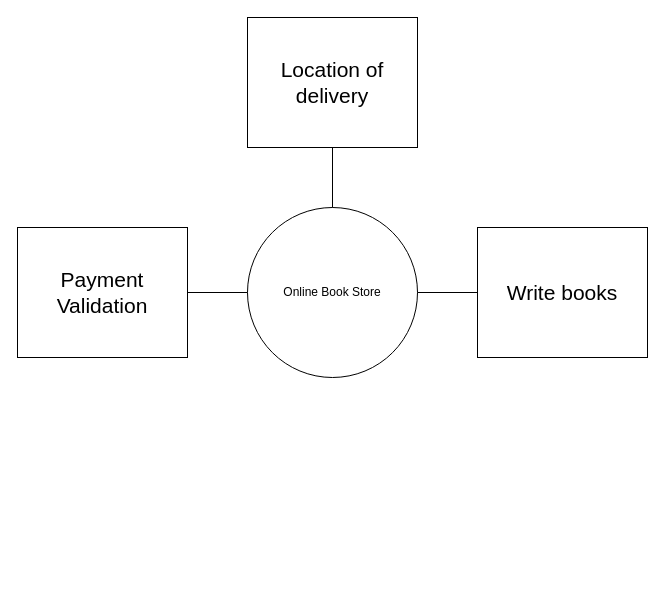
YousefFatafta/Online-Book-Store keeps this draw.io diagram as Context.drawio. Above is the earlier version. Source tidied: cells renumbered, new cells numbered last; positions are measured from the earlier drawing's top-left corner, leaving out a move shared by most shapes. Both pictures are drawn from the tidied source at 100%, with x=0, y=0 at pixel (17, 17).
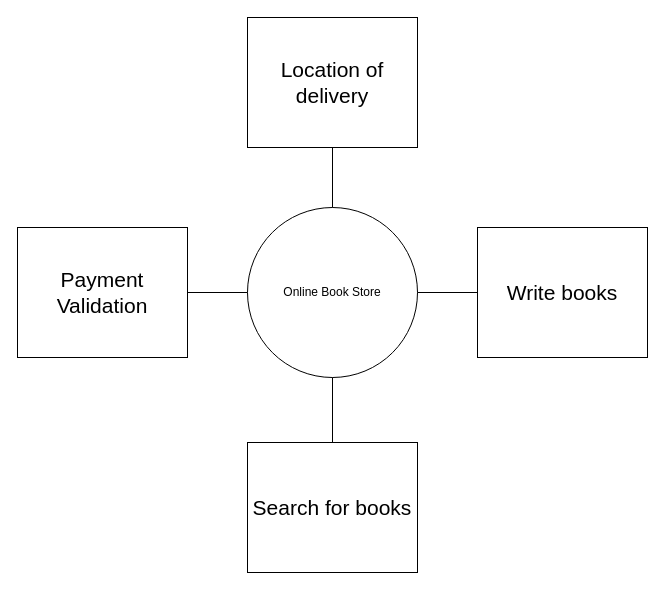
Above is the later version.

Change to the diagram source:
```diff
@@
 <mxGraphModel>
   <root>
     <mxCell id="0" />
     <mxCell id="1" parent="0" />
     <mxCell id="2" value="Online Book Store" style="ellipse;whiteSpace=wrap;html=1;" parent="1" vertex="1">
       <mxGeometry x="230" y="190" width="170" height="170" as="geometry" />
     </mxCell>
     <mxCell id="3" style="endArrow=none;html=1;rounded=0;exitX=1;exitY=0.5;exitDx=0;exitDy=0;" parent="1" edge="1" source="2" target="4">
       <mxGeometry relative="1" as="geometry" />
     </mxCell>
     <mxCell id="4" value="&lt;font style=&quot;font-size: 21px;&quot;&gt;Write books&lt;/font&gt;" style="rounded=0;whiteSpace=wrap;html=1;" parent="1" vertex="1">
       <mxGeometry x="460" y="210" width="170" height="130" as="geometry" />
     </mxCell>
     <mxCell id="5" value="&lt;font style=&quot;font-size: 21px;&quot;&gt;Payment Validation&lt;/font&gt;" style="rounded=0;whiteSpace=wrap;html=1;" parent="1" vertex="1">
       <mxGeometry y="210" width="170" height="130" as="geometry" />
     </mxCell>
     <mxCell id="6" style="endArrow=none;html=1;rounded=0;entryX=0;entryY=0.5;entryDx=0;entryDy=0;" parent="1" edge="1" source="5" target="2">
       <mxGeometry relative="1" as="geometry" />
     </mxCell>
     <mxCell id="7" value="&lt;span style=&quot;font-size: 21px;&quot;&gt;Location of delivery&lt;/span&gt;" style="rounded=0;whiteSpace=wrap;html=1;" parent="1" vertex="1">
       <mxGeometry x="230" width="170" height="130" as="geometry" />
     </mxCell>
     <mxCell id="8" style="endArrow=none;html=1;rounded=0;entryX=0.5;entryY=1;entryDx=0;entryDy=0;exitX=0.5;exitY=0;exitDx=0;exitDy=0;" parent="1" edge="1" source="2" target="7">
       <mxGeometry relative="1" as="geometry" />
     </mxCell>
+    <mxCell id="9" value="&lt;font style=&quot;font-size: 21px;&quot;&gt;Search for books&lt;/font&gt;" style="rounded=0;whiteSpace=wrap;html=1;" parent="1" vertex="1">
+      <mxGeometry x="230" y="425" width="170" height="130" as="geometry" />
+    </mxCell>
+    <mxCell id="10" style="endArrow=none;html=1;rounded=0;entryX=0.5;entryY=1;entryDx=0;entryDy=0;exitX=0.5;exitY=0;exitDx=0;exitDy=0;" parent="1" edge="1" source="9" target="2">
+      <mxGeometry relative="1" as="geometry" />
+    </mxCell>
   </root>
 </mxGraphModel>
```
